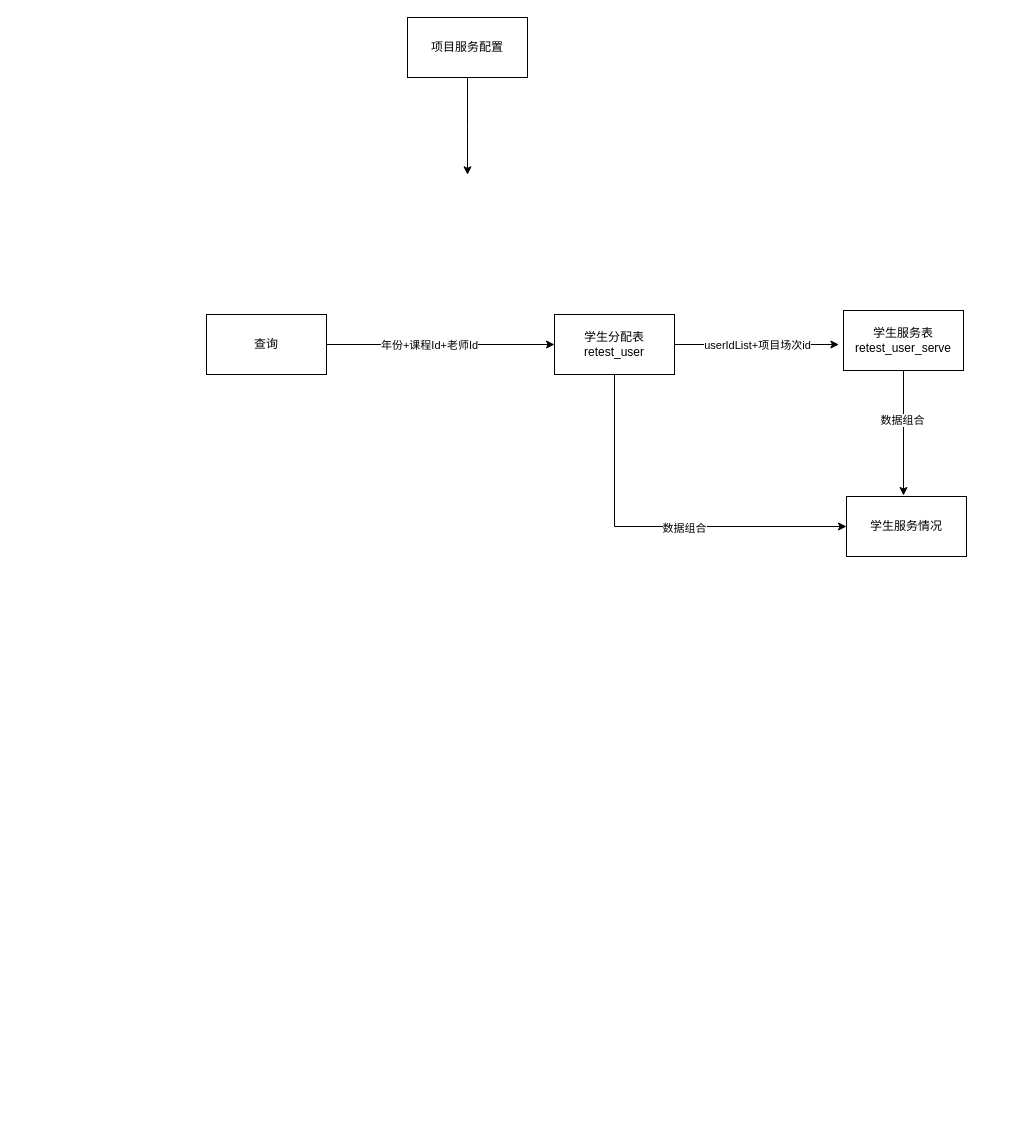
YYB1024/myRemoteRepo keeps this draw.io diagram as 海绵业务流程图/CC教务系统.drawio. Above is the earlier version. Source tidied: cells renumbered, new cells numbered last; positions are measured from the earlier drawing's top-left corner, leaving out a move shared by most shapes. Both pictures are drawn from the tidied source at 100%, with x=0, y=0 at pixel (206, 17).
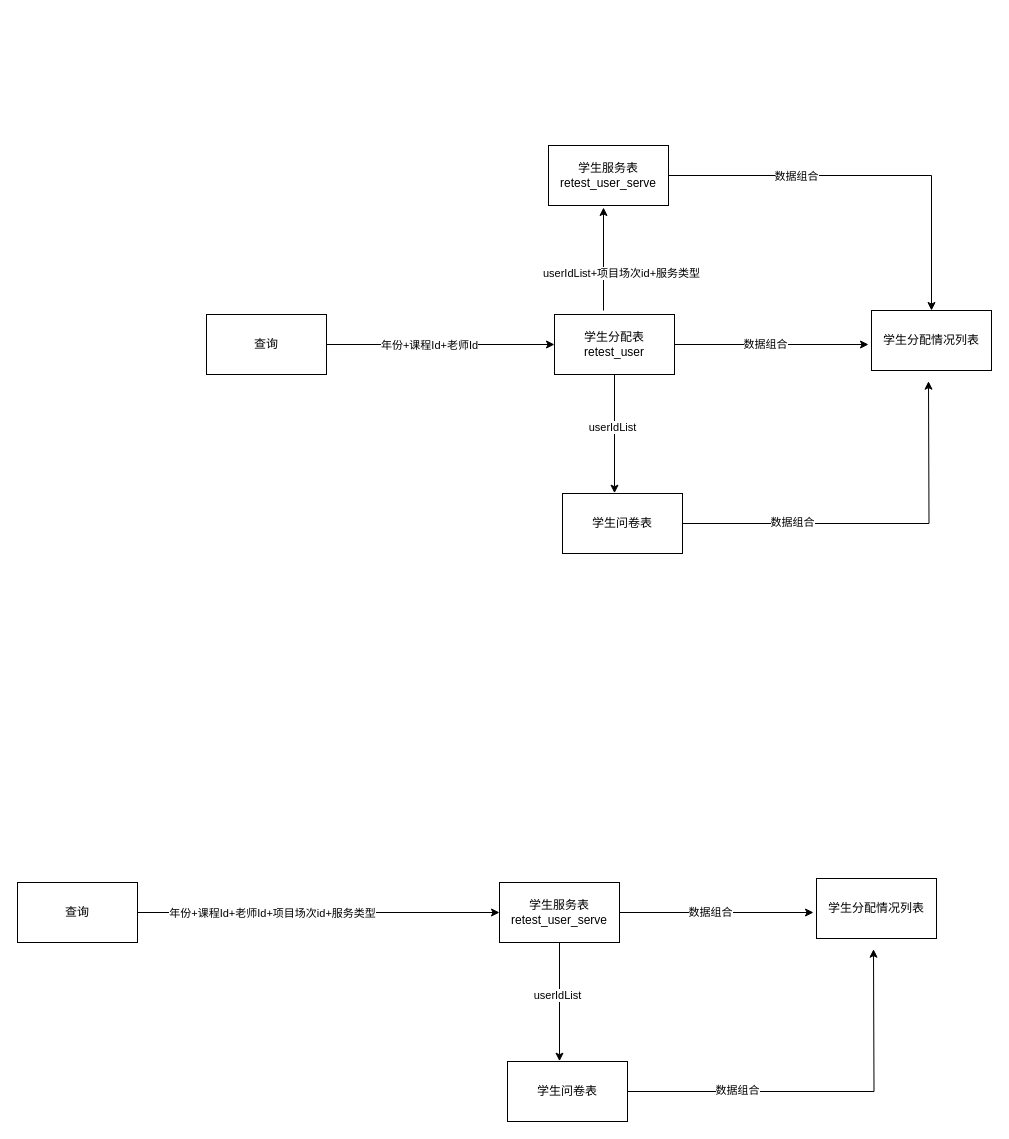
The same diagram, later.

Commit message (it also covers changes not shown here):
更新CC教务系统.drawio

Unchanged cells that the change refers to:
```xml
<mxCell id="14" value="学生分配表retest_user" style="rounded=0;whiteSpace=wrap;html=1;" parent="1" vertex="1">
  <mxGeometry x="348" y="297" width="120" height="60" as="geometry" />
</mxCell>
```

Change to the diagram source:
```diff
@@
-    <mxCell id="2" style="edgeStyle=orthogonalEdgeStyle;rounded=0;jettySize=auto;html=1;" parent="1" edge="1" source="3">
-      <mxGeometry relative="1" as="geometry">
-        <mxPoint x="261" y="157.3" as="targetPoint" />
-      </mxGeometry>
-    </mxCell>
-    <mxCell id="3" value="项目服务配置" style="rounded=0;whiteSpace=wrap;html=1;" parent="1" vertex="1">
-      <mxGeometry x="201" width="120" height="60" as="geometry" />
-    </mxCell>
-    <mxCell id="4" style="edgeStyle=orthogonalEdgeStyle;rounded=0;jettySize=auto;html=1;" parent="1" edge="1" source="6">
-      <mxGeometry relative="1" as="geometry">
-        <mxPoint x="697" y="478" as="targetPoint" />
-      </mxGeometry>
-    </mxCell>
-    <mxCell id="5" value="数据组合" style="edgeLabel;html=1;align=center;verticalAlign=middle;" parent="4" vertex="1">
-      <mxGeometry x="-0.22" y="-2" relative="1" as="geometry" />
-    </mxCell>
+    <mxCell id="16" style="edgeStyle=orthogonalEdgeStyle;rounded=0;jettySize=auto;html=1;entryX=0.5;entryY=0;entryDx=0;entryDy=0;" parent="1" edge="1" source="6" target="24">
+      <mxGeometry relative="1" as="geometry" />
+    </mxCell>
+    <mxCell id="17" value="数据组合" style="edgeLabel;html=1;align=center;verticalAlign=middle;" parent="16" vertex="1">
+      <mxGeometry x="-0.36" relative="1" as="geometry" />
+    </mxCell>
     <mxCell id="6" value="学生服务表&lt;div&gt;&lt;span style=&quot;font-size: 12px;&quot;&gt;retest_user_serve&lt;/span&gt;&lt;/div&gt;" style="rounded=0;whiteSpace=wrap;html=1;" parent="1" vertex="1">
-      <mxGeometry x="637" y="293" width="120" height="60" as="geometry" />
+      <mxGeometry x="342" y="128" width="120" height="60" as="geometry" />
     </mxCell>
@@
-    <mxCell id="10" style="edgeStyle=orthogonalEdgeStyle;rounded=0;jettySize=auto;html=1;" parent="1" edge="1" source="14">
+    <mxCell id="10" style="edgeStyle=orthogonalEdgeStyle;rounded=0;orthogonalLoop=1;jettySize=auto;html=1;" parent="1" edge="1">
       <mxGeometry relative="1" as="geometry">
-        <mxPoint x="632.4" y="327" as="targetPoint" />
+        <mxPoint x="397" y="293" as="sourcePoint" />
+        <mxPoint x="397" y="190" as="targetPoint" />
       </mxGeometry>
     </mxCell>
-    <mxCell id="11" value="userIdList+项目场次id" style="edgeLabel;html=1;align=center;verticalAlign=middle;" parent="10" vertex="1">
+    <mxCell id="11" value="userIdList+项目场次id+服务类型" style="edgeLabel;html=1;align=center;verticalAlign=middle;" parent="10" vertex="1">
       <mxGeometry x="-0.23" y="2" relative="1" as="geometry">
         <mxPoint x="19" y="2" as="offset" />
       </mxGeometry>
     </mxCell>
-    <mxCell id="12" style="edgeStyle=orthogonalEdgeStyle;rounded=0;jettySize=auto;html=1;entryX=0;entryY=0.5;entryDx=0;entryDy=0;" parent="1" edge="1" source="14" target="15">
-      <mxGeometry relative="1" as="geometry">
-        <Array as="points">
-          <mxPoint x="408" y="509" />
-        </Array>
-      </mxGeometry>
-    </mxCell>
-    <mxCell id="13" value="数据组合" style="edgeLabel;html=1;align=center;verticalAlign=middle;" parent="12" vertex="1">
-      <mxGeometry x="0.15" y="-1" relative="1" as="geometry" />
-    </mxCell>
+    <mxCell id="18" style="edgeStyle=orthogonalEdgeStyle;rounded=0;jettySize=auto;html=1;" parent="1" edge="1" source="14">
+      <mxGeometry relative="1" as="geometry">
+        <mxPoint x="408" y="475.7" as="targetPoint" />
+      </mxGeometry>
+    </mxCell>
+    <mxCell id="19" value="userIdList" style="edgeLabel;html=1;align=center;verticalAlign=middle;" parent="18" vertex="1">
+      <mxGeometry x="-0.12" y="-3" relative="1" as="geometry" />
+    </mxCell>
+    <mxCell id="20" style="edgeStyle=orthogonalEdgeStyle;rounded=0;jettySize=auto;html=1;" parent="1" edge="1" source="14">
+      <mxGeometry relative="1" as="geometry">
+        <mxPoint x="662" y="327" as="targetPoint" />
+      </mxGeometry>
+    </mxCell>
+    <mxCell id="21" value="数据组合" style="edgeLabel;html=1;align=center;verticalAlign=middle;" parent="20" vertex="1">
+      <mxGeometry x="-0.07" y="1" relative="1" as="geometry" />
+    </mxCell>
@@
+    <mxCell id="22" style="edgeStyle=orthogonalEdgeStyle;rounded=0;jettySize=auto;html=1;" parent="1" edge="1" source="15">
+      <mxGeometry relative="1" as="geometry">
+        <mxPoint x="722" y="363.7" as="targetPoint" />
+      </mxGeometry>
+    </mxCell>
+    <mxCell id="23" value="数据组合" style="edgeLabel;html=1;align=center;verticalAlign=middle;" parent="22" vertex="1">
+      <mxGeometry x="-0.44" y="2" relative="1" as="geometry" />
+    </mxCell>
-    <mxCell id="15" value="学生服务情况" style="rounded=0;whiteSpace=wrap;html=1;" parent="1" vertex="1">
-      <mxGeometry x="640" y="479" width="120" height="60" as="geometry" />
+    <mxCell id="15" value="学生问卷表" style="rounded=0;whiteSpace=wrap;html=1;" parent="1" vertex="1">
+      <mxGeometry x="356" y="476" width="120" height="60" as="geometry" />
     </mxCell>
+    <mxCell id="24" value="学生分配情况列表" style="rounded=0;whiteSpace=wrap;html=1;" parent="1" vertex="1">
+      <mxGeometry x="665" y="293" width="120" height="60" as="geometry" />
+    </mxCell>
+    <mxCell id="25" style="edgeStyle=orthogonalEdgeStyle;rounded=0;jettySize=auto;html=1;" parent="1" edge="1" source="27" target="32">
+      <mxGeometry relative="1" as="geometry" />
+    </mxCell>
+    <mxCell id="26" value="年份+课程Id+老师Id+项目场次id+服务类型" style="edgeLabel;html=1;align=center;verticalAlign=middle;" parent="25" vertex="1">
+      <mxGeometry x="-0.52" y="1" relative="1" as="geometry">
+        <mxPoint x="47" y="1" as="offset" />
+      </mxGeometry>
+    </mxCell>
+    <mxCell id="27" value="查询" style="rounded=0;whiteSpace=wrap;html=1;strokeColor=default;" parent="1" vertex="1">
+      <mxGeometry x="-189" y="865" width="120" height="60" as="geometry" />
+    </mxCell>
+    <mxCell id="28" style="edgeStyle=orthogonalEdgeStyle;rounded=0;jettySize=auto;html=1;" parent="1" edge="1" source="32">
+      <mxGeometry relative="1" as="geometry">
+        <mxPoint x="353" y="1043.7" as="targetPoint" />
+      </mxGeometry>
+    </mxCell>
+    <mxCell id="29" value="userIdList" style="edgeLabel;html=1;align=center;verticalAlign=middle;" parent="28" vertex="1">
+      <mxGeometry x="-0.12" y="-3" relative="1" as="geometry" />
+    </mxCell>
+    <mxCell id="30" style="edgeStyle=orthogonalEdgeStyle;rounded=0;jettySize=auto;html=1;" parent="1" edge="1" source="32">
+      <mxGeometry relative="1" as="geometry">
+        <mxPoint x="607" y="895" as="targetPoint" />
+      </mxGeometry>
+    </mxCell>
+    <mxCell id="31" value="数据组合" style="edgeLabel;html=1;align=center;verticalAlign=middle;" parent="30" vertex="1">
+      <mxGeometry x="-0.07" y="1" relative="1" as="geometry" />
+    </mxCell>
+    <mxCell id="32" value="学生服务表&lt;div&gt;retest_user_serve&lt;/div&gt;" style="rounded=0;whiteSpace=wrap;html=1;" parent="1" vertex="1">
+      <mxGeometry x="293" y="865" width="120" height="60" as="geometry" />
+    </mxCell>
+    <mxCell id="33" style="edgeStyle=orthogonalEdgeStyle;rounded=0;jettySize=auto;html=1;" parent="1" edge="1" source="35">
+      <mxGeometry relative="1" as="geometry">
+        <mxPoint x="667" y="931.7" as="targetPoint" />
+      </mxGeometry>
+    </mxCell>
+    <mxCell id="34" value="数据组合" style="edgeLabel;html=1;align=center;verticalAlign=middle;" parent="33" vertex="1">
+      <mxGeometry x="-0.44" y="2" relative="1" as="geometry" />
+    </mxCell>
+    <mxCell id="35" value="学生问卷表" style="rounded=0;whiteSpace=wrap;html=1;" parent="1" vertex="1">
+      <mxGeometry x="301" y="1044" width="120" height="60" as="geometry" />
+    </mxCell>
+    <mxCell id="36" value="学生分配情况列表" style="rounded=0;whiteSpace=wrap;html=1;" parent="1" vertex="1">
+      <mxGeometry x="610" y="861" width="120" height="60" as="geometry" />
+    </mxCell>
```
